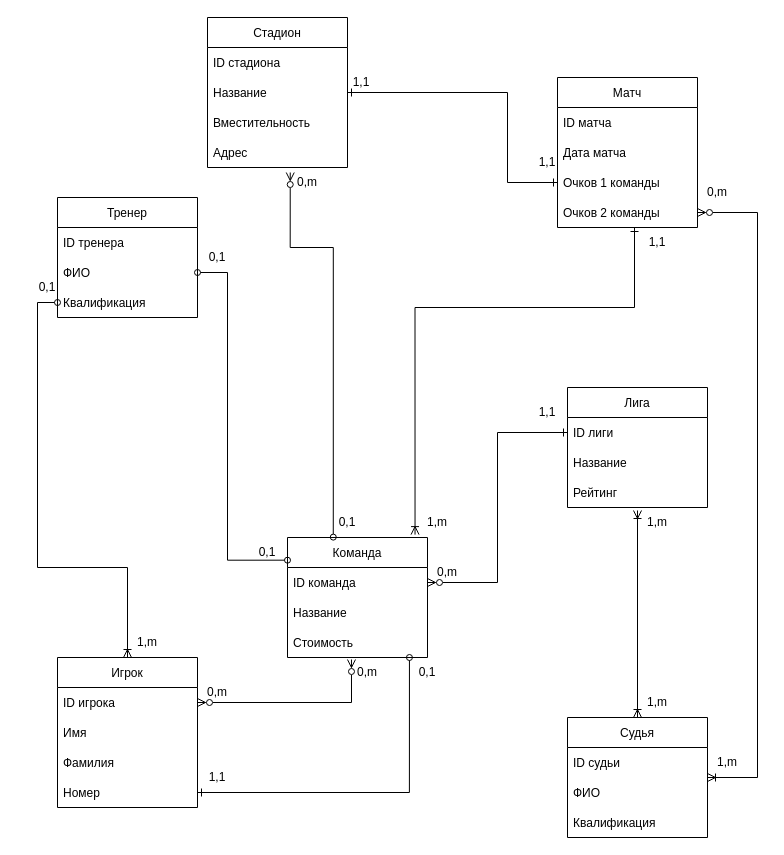
Before: Basketball/Untitled Diagram.drawio in netos23/Construction, a draw.io diagram. Source tidied: cells renumbered, new cells numbered last; positions are measured from the earlier drawing's top-left corner, leaving out a move shared by most shapes. Both pictures are drawn from the tidied source at 100%, with x=0, y=0 at pixel (17, 17).
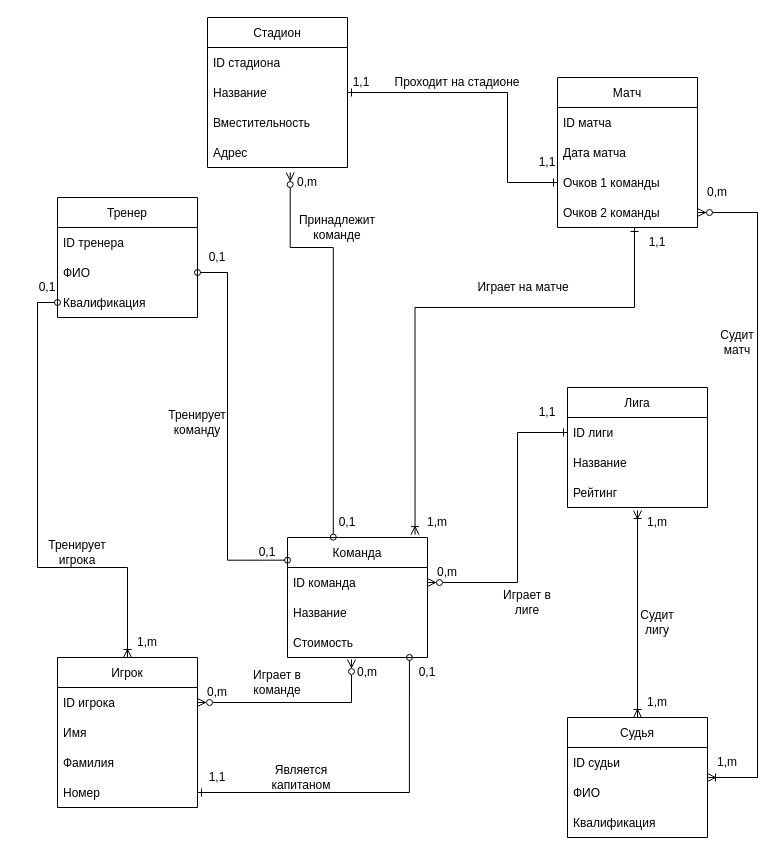
Above is the later version.

Commit message:
add links description

The change refers to these unchanged cells:
```xml
<mxCell id="9" value="ID команда" style="text;strokeColor=none;fillColor=none;align=left;verticalAlign=middle;spacingLeft=4;spacingRight=4;overflow=hidden;points=[[0,0.5],[1,0.5]];portConstraint=eastwest;" parent="8" vertex="1">
  <mxGeometry y="30" width="140" height="30" as="geometry" />
</mxCell>
<mxCell id="13" value="ID лиги" style="text;strokeColor=none;fillColor=none;align=left;verticalAlign=middle;spacingLeft=4;spacingRight=4;overflow=hidden;points=[[0,0.5],[1,0.5]];portConstraint=eastwest;" parent="12" vertex="1">
  <mxGeometry y="30" width="140" height="30" as="geometry" />
</mxCell>
```

The edit, as a diff of the source:
```diff
@@
     <mxCell id="26" style="edgeStyle=orthogonalEdgeStyle;rounded=0;jettySize=auto;html=1;entryX=0;entryY=0.5;entryDx=0;entryDy=0;startArrow=ERzeroToMany;startFill=0;endArrow=ERone;endFill=0;" parent="1" edge="1" source="9" target="13">
-      <mxGeometry relative="1" as="geometry" />
+      <mxGeometry relative="1" as="geometry">
+        <Array as="points">
+          <mxPoint x="500" y="565" />
+          <mxPoint x="500" y="415" />
+        </Array>
+      </mxGeometry>
     </mxCell>
@@
+    <mxCell id="63" value="Тренирует игрока" style="text;html=1;strokeColor=none;fillColor=none;align=center;verticalAlign=middle;whiteSpace=wrap;rounded=0;" parent="1" vertex="1">
+      <mxGeometry x="30" y="520" width="60" height="30" as="geometry" />
+    </mxCell>
+    <mxCell id="64" value="Тренирует команду" style="text;html=1;strokeColor=none;fillColor=none;align=center;verticalAlign=middle;whiteSpace=wrap;rounded=0;" parent="1" vertex="1">
+      <mxGeometry x="150" y="390" width="60" height="30" as="geometry" />
+    </mxCell>
+    <mxCell id="65" value="Играет в команде" style="text;html=1;strokeColor=none;fillColor=none;align=center;verticalAlign=middle;whiteSpace=wrap;rounded=0;" parent="1" vertex="1">
+      <mxGeometry x="230" y="650" width="60" height="30" as="geometry" />
+    </mxCell>
+    <mxCell id="66" value="Является капитаном" style="text;html=1;strokeColor=none;fillColor=none;align=center;verticalAlign=middle;whiteSpace=wrap;rounded=0;" parent="1" vertex="1">
+      <mxGeometry x="254" y="745" width="60" height="30" as="geometry" />
+    </mxCell>
+    <mxCell id="67" value="Судит лигу" style="text;html=1;strokeColor=none;fillColor=none;align=center;verticalAlign=middle;whiteSpace=wrap;rounded=0;" parent="1" vertex="1">
+      <mxGeometry x="610" y="590" width="60" height="30" as="geometry" />
+    </mxCell>
+    <mxCell id="68" value="Судит матч" style="text;html=1;strokeColor=none;fillColor=none;align=center;verticalAlign=middle;whiteSpace=wrap;rounded=0;" parent="1" vertex="1">
+      <mxGeometry x="690" y="310" width="60" height="30" as="geometry" />
+    </mxCell>
+    <mxCell id="69" value="Принадлежит команде" style="text;html=1;strokeColor=none;fillColor=none;align=center;verticalAlign=middle;whiteSpace=wrap;rounded=0;" parent="1" vertex="1">
+      <mxGeometry x="290" y="195" width="60" height="30" as="geometry" />
+    </mxCell>
+    <mxCell id="70" value="Играет на матче" style="text;html=1;strokeColor=none;fillColor=none;align=center;verticalAlign=middle;whiteSpace=wrap;rounded=0;" parent="1" vertex="1">
+      <mxGeometry x="401" y="255" width="210" height="30" as="geometry" />
+    </mxCell>
+    <mxCell id="71" value="Проходит на стадионе" style="text;html=1;strokeColor=none;fillColor=none;align=center;verticalAlign=middle;whiteSpace=wrap;rounded=0;" parent="1" vertex="1">
+      <mxGeometry x="360" y="50" width="160" height="30" as="geometry" />
+    </mxCell>
+    <mxCell id="72" value="Играет в лиге" style="text;html=1;strokeColor=none;fillColor=none;align=center;verticalAlign=middle;whiteSpace=wrap;rounded=0;" parent="1" vertex="1">
+      <mxGeometry x="480" y="570" width="60" height="30" as="geometry" />
+    </mxCell>
```
